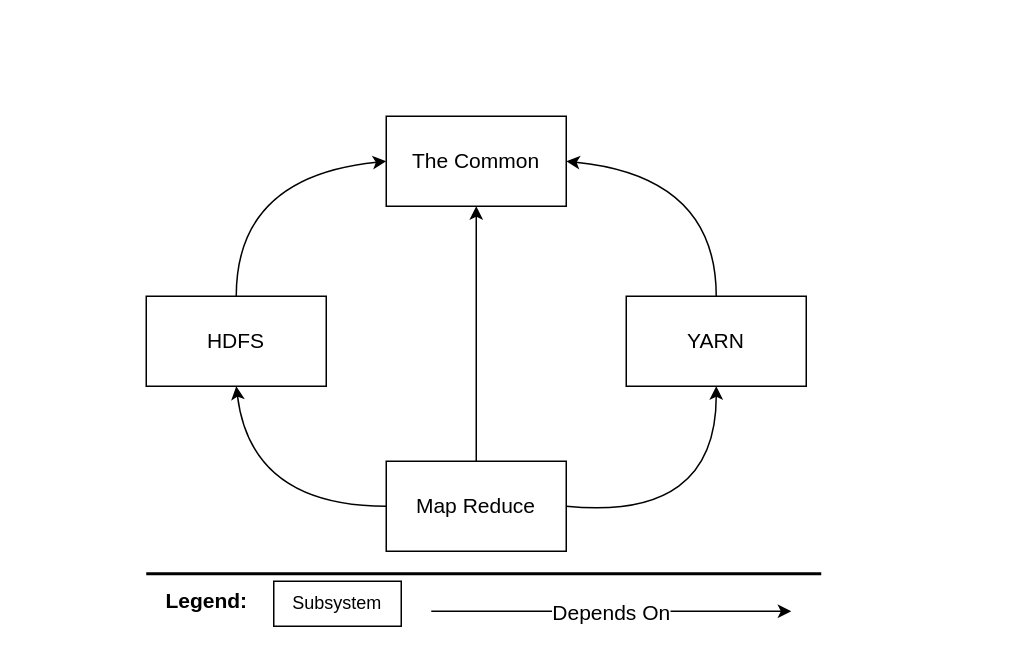
Amir-kar/EECS4314-GroupD keeps this draw.io diagram as HadoopHighLevel.drawio. Above is the earlier version. Source tidied: cells renumbered, new cells numbered last; positions are measured from the earlier drawing's top-left corner, leaving out a move shared by most shapes. Both pictures are drawn from the tidied source at 150%, with x=0, y=0 at pixel (130, 116).
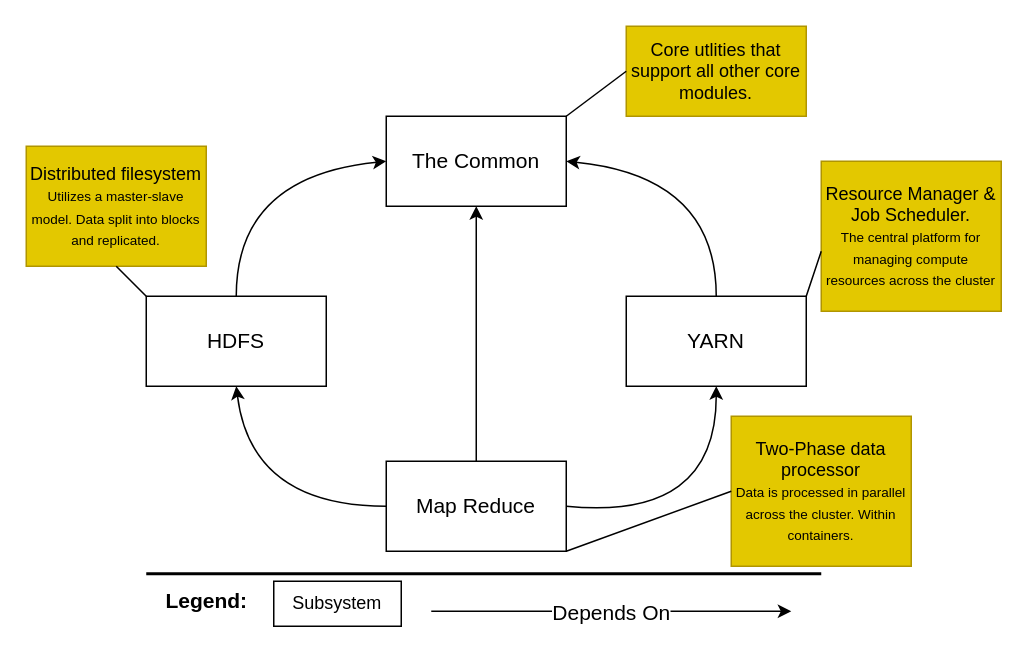
After the change.

The change refers to these unchanged cells:
```xml
<mxCell id="3" value="&lt;font style=&quot;font-size: 14px;&quot;&gt;HDFS&lt;/font&gt;" style="rounded=0;whiteSpace=wrap;html=1;" parent="1" vertex="1">
  <mxGeometry x="10" y="120" width="120" height="60" as="geometry" />
</mxCell>
<mxCell id="4" value="&lt;font style=&quot;font-size: 14px;&quot;&gt;YARN&lt;/font&gt;" style="rounded=0;whiteSpace=wrap;html=1;" parent="1" vertex="1">
  <mxGeometry x="330" y="120" width="120" height="60" as="geometry" />
</mxCell>
<mxCell id="5" value="&lt;font style=&quot;font-size: 14px;&quot;&gt;Map Reduce&lt;/font&gt;" style="rounded=0;whiteSpace=wrap;html=1;" parent="1" vertex="1">
  <mxGeometry x="170" y="230" width="120" height="60" as="geometry" />
</mxCell>
```

The edit, as a diff of the source:
```diff
@@
+    <mxCell id="16" value="Core utlities that support all other core modules." style="rounded=0;whiteSpace=wrap;html=1;fillColor=#e3c800;fontColor=#000000;strokeColor=#B09500;" parent="1" vertex="1">
+      <mxGeometry x="330" y="-60" width="120" height="60" as="geometry" />
+    </mxCell>
+    <mxCell id="17" style="endArrow=none;html=1;rounded=0;" parent="1" edge="1">
+      <mxGeometry relative="1" as="geometry">
+        <mxPoint x="290" as="sourcePoint" />
+        <mxPoint x="330" y="-30" as="targetPoint" />
+      </mxGeometry>
+    </mxCell>
+    <mxCell id="18" value="Resource Manager &amp;amp; Job Scheduler.&lt;div&gt;&lt;font style=&quot;font-size: 9px;&quot;&gt;The central platform for managing compute resources across the cluster&lt;/font&gt;&lt;/div&gt;" style="rounded=0;whiteSpace=wrap;html=1;fillColor=#e3c800;fontColor=#000000;strokeColor=#B09500;" parent="1" vertex="1">
+      <mxGeometry x="460" y="30" width="120" height="100" as="geometry" />
+    </mxCell>
+    <mxCell id="19" style="endArrow=none;html=1;rounded=0;exitX=1;exitY=0;exitDx=0;exitDy=0;" parent="1" edge="1" source="4">
+      <mxGeometry relative="1" as="geometry">
+        <mxPoint x="460" y="90" as="targetPoint" />
+      </mxGeometry>
+    </mxCell>
+    <mxCell id="20" value="Distributed filesystem &lt;font style=&quot;font-size: 9px;&quot;&gt;U&lt;/font&gt;&lt;font style=&quot;font-size: 9px;&quot;&gt;tilizes a master-slave model. Data split into blocks and replicated.&lt;/font&gt;" style="rounded=0;whiteSpace=wrap;html=1;fillColor=#e3c800;fontColor=#000000;strokeColor=#B09500;" parent="1" vertex="1">
+      <mxGeometry x="-70" y="20" width="120" height="80" as="geometry" />
+    </mxCell>
+    <mxCell id="21" style="endArrow=none;html=1;rounded=0;entryX=0.5;entryY=1;entryDx=0;entryDy=0;exitX=0;exitY=0;exitDx=0;exitDy=0;" parent="1" edge="1" source="3" target="20">
+      <mxGeometry relative="1" as="geometry">
+        <Array as="points">
+          <mxPoint y="110" />
+        </Array>
+      </mxGeometry>
+    </mxCell>
+    <mxCell id="22" value="Two-Phase data processor&lt;div&gt;&lt;font style=&quot;font-size: 9px;&quot;&gt;Data is processed in parallel across the cluster. Within containers.&lt;/font&gt;&lt;/div&gt;" style="rounded=0;whiteSpace=wrap;html=1;fillColor=#e3c800;fontColor=#000000;strokeColor=#B09500;" parent="1" vertex="1">
+      <mxGeometry x="400" y="200" width="120" height="100" as="geometry" />
+    </mxCell>
+    <mxCell id="23" style="endArrow=none;html=1;rounded=0;entryX=1;entryY=1;entryDx=0;entryDy=0;exitX=0;exitY=0.5;exitDx=0;exitDy=0;" parent="1" edge="1" source="22" target="5">
+      <mxGeometry relative="1" as="geometry">
+        <Array as="points">
+          <mxPoint x="400" y="250" />
+        </Array>
+      </mxGeometry>
+    </mxCell>
```
